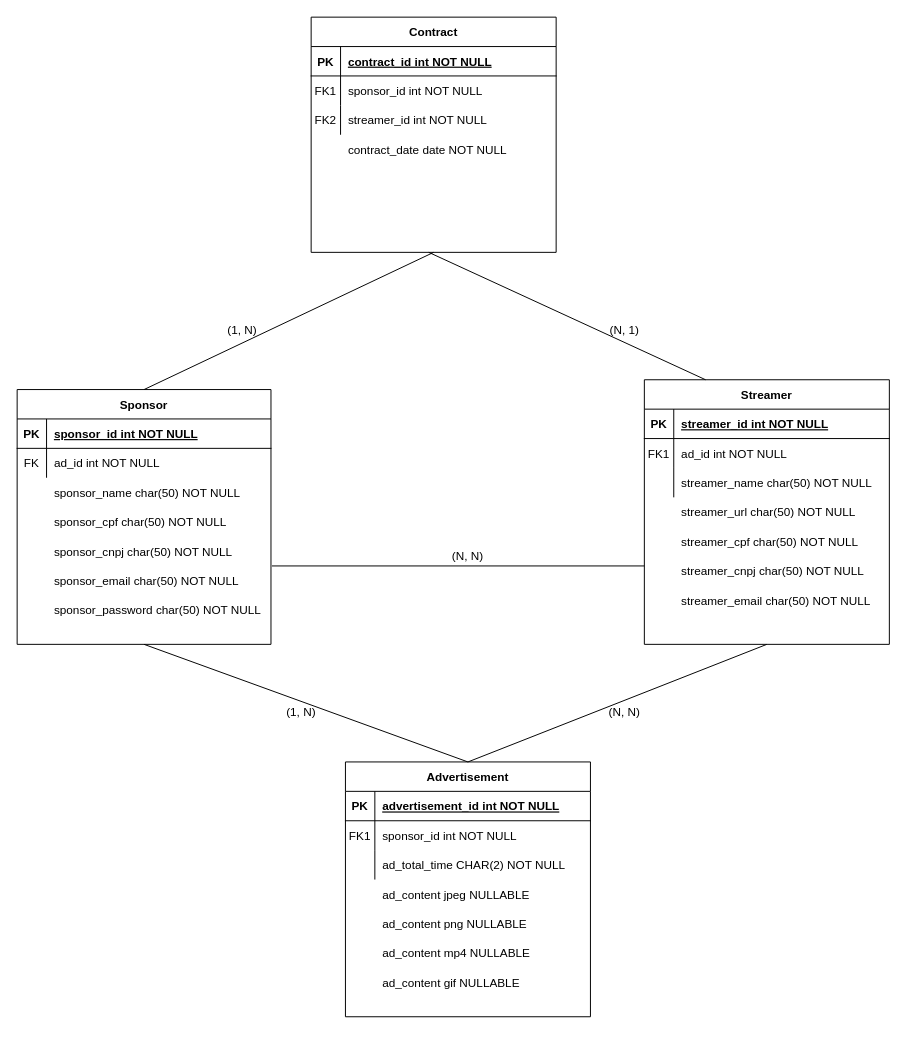
The draw.io diagram backend/database/db_diagram.drawio in rafaelsiq/TCC, before the edit. Source tidied: cells renumbered, new cells numbered last; positions are measured from the earlier drawing's top-left corner, leaving out a move shared by most shapes. Both pictures are drawn from the tidied source at 98%, with x=0, y=0 at pixel (17, 17).
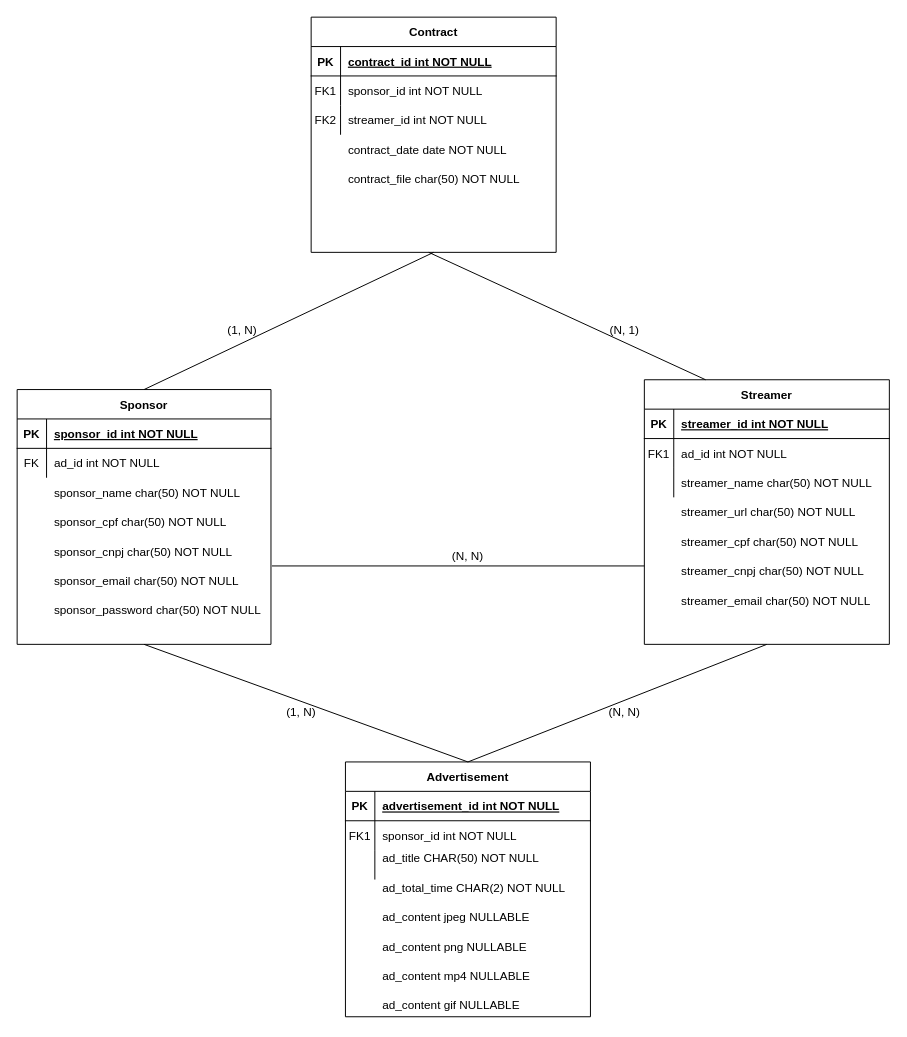
The same page after the edit.

The edit, as a diff of the source:
```diff
@@
-    <mxCell id="45" value="contract_date date NOT NULL" style="shape=partialRectangle;overflow=hidden;fillColor=none;top=0;left=0;bottom=0;right=0;align=left;spacingLeft=6;" parent="1" vertex="1">
-      <mxGeometry x="330" y="120" width="220" height="30" as="geometry" />
-    </mxCell>
@@
     <mxCell id="58" value="ad_content jpeg NULLABLE" style="shape=partialRectangle;overflow=hidden;fillColor=none;top=0;left=0;bottom=0;right=0;align=left;spacingLeft=6;" parent="1" vertex="1">
-      <mxGeometry x="365" y="880" width="220" height="30" as="geometry" />
+      <mxGeometry x="365" y="903" width="220" height="30" as="geometry" />
     </mxCell>
     <mxCell id="59" value="ad_content mp4 NULLABLE" style="shape=partialRectangle;overflow=hidden;fillColor=none;top=0;left=0;bottom=0;right=0;align=left;spacingLeft=6;" parent="1" vertex="1">
-      <mxGeometry x="365" y="940" width="220" height="30" as="geometry" />
+      <mxGeometry x="365" y="963" width="220" height="30" as="geometry" />
     </mxCell>
     <mxCell id="60" value="ad_content gif NULLABLE" style="shape=partialRectangle;overflow=hidden;fillColor=none;top=0;left=0;bottom=0;right=0;align=left;spacingLeft=6;" parent="1" vertex="1">
-      <mxGeometry x="365" y="970" width="220" height="30" as="geometry" />
+      <mxGeometry x="365" y="993" width="220" height="30" as="geometry" />
     </mxCell>
     <mxCell id="61" value="ad_content png NULLABLE" style="shape=partialRectangle;overflow=hidden;fillColor=none;top=0;left=0;bottom=0;right=0;align=left;spacingLeft=6;" parent="1" vertex="1">
-      <mxGeometry x="365" y="910" width="220" height="30" as="geometry" />
+      <mxGeometry x="365" y="933" width="220" height="30" as="geometry" />
     </mxCell>
     <mxCell id="62" value="ad_total_time CHAR(2) NOT NULL" style="shape=partialRectangle;overflow=hidden;fillColor=none;top=0;left=0;bottom=0;right=0;align=left;spacingLeft=6;" parent="1" vertex="1">
-      <mxGeometry x="365" y="850" width="220" height="30" as="geometry" />
+      <mxGeometry x="365" y="873" width="220" height="30" as="geometry" />
     </mxCell>
@@
+    <mxCell id="65" value="ad_title CHAR(50) NOT NULL" style="shape=partialRectangle;overflow=hidden;fillColor=none;top=0;left=0;bottom=0;right=0;align=left;spacingLeft=6;" parent="1" vertex="1">
+      <mxGeometry x="365" y="843" width="220" height="30" as="geometry" />
+    </mxCell>
+    <mxCell id="45" value="contract_date date NOT NULL" style="shape=partialRectangle;overflow=hidden;fillColor=none;top=0;left=0;bottom=0;right=0;align=left;spacingLeft=6;" parent="1" vertex="1">
+      <mxGeometry x="330" y="120" width="220" height="30" as="geometry" />
+    </mxCell>
+    <mxCell id="66" value="contract_file char(50) NOT NULL" style="shape=partialRectangle;overflow=hidden;fillColor=none;top=0;left=0;bottom=0;right=0;align=left;spacingLeft=6;" parent="1" vertex="1">
+      <mxGeometry x="330" y="150" width="220" height="30" as="geometry" />
+    </mxCell>
```
